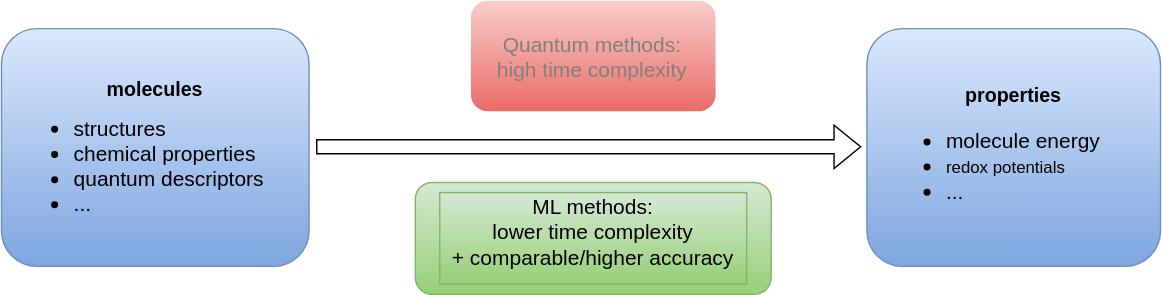
jajupmochi/figures-collection keeps this draw.io diagram as ml-in-chem-goal.svg. Above is the earlier version. Source tidied: cells renumbered, new cells last; positions are measured from the earlier drawing's top-left corner, leaving out a move shared by most shapes.
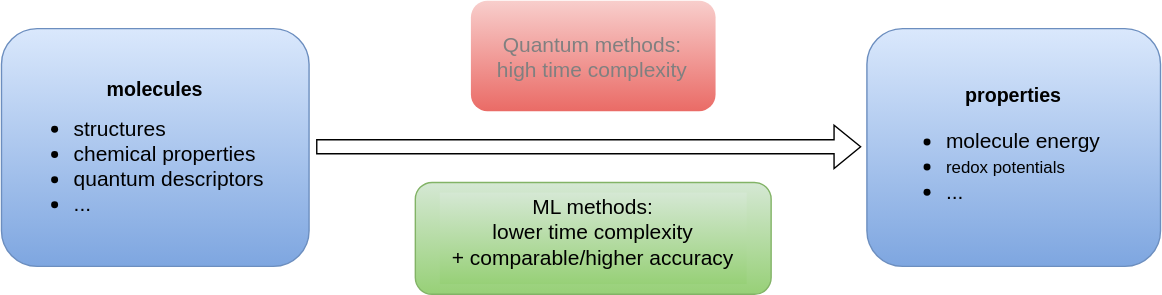
After the commit.

The edit, as a diff of the source:
```diff
@@ -35,7 +35,7 @@
     <mxCell id="11" style="rounded=1;whiteSpace=wrap;html=1;fontSize=15;align=left;fillColor=#d5e8d4;gradientColor=#97d077;strokeColor=#82b366;" parent="1" vertex="1">
       <mxGeometry x="296" y="130" width="254.5" height="80" as="geometry" />
     </mxCell>
-    <mxCell id="12" value="ML methods:&#10; lower time complexity&#10;+ comparable/higher accuracy&#10;" style="text;strokeColor=#82b366;fillColor=#d5e8d4;align=center;verticalAlign=middle;spacingLeft=4;spacingRight=4;overflow=hidden;fontSize=15;gradientColor=#97d077;" parent="1" vertex="1">
+    <mxCell id="12" value="ML methods:&#10; lower time complexity&#10;+ comparable/higher accuracy&#10;" style="text;strokeColor=none;fillColor=#d5e8d4;align=center;verticalAlign=middle;spacingLeft=4;spacingRight=4;overflow=hidden;fontSize=15;gradientColor=#97d077;" parent="1" vertex="1">
       <mxGeometry x="313.5" y="137.2" width="219.5" height="65.5" as="geometry" />
     </mxCell>
   </root>
```
